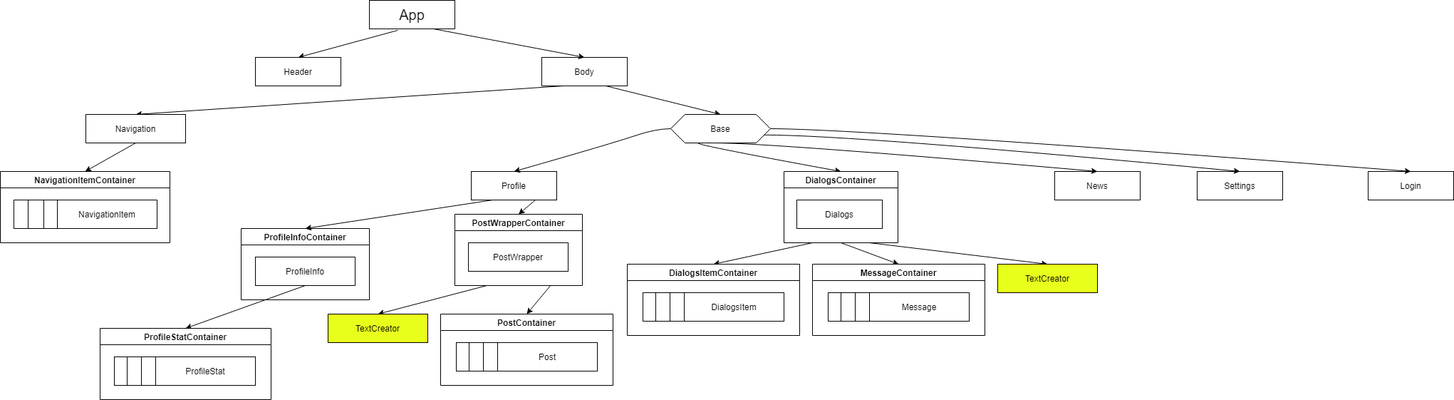
Above: Structure Diadram.png in SailorStat/IT-Social (draw.io), before the change. Source tidied: cells renumbered, new cells last; positions are measured from the earlier drawing's top-left corner, leaving out a move shared by most shapes.
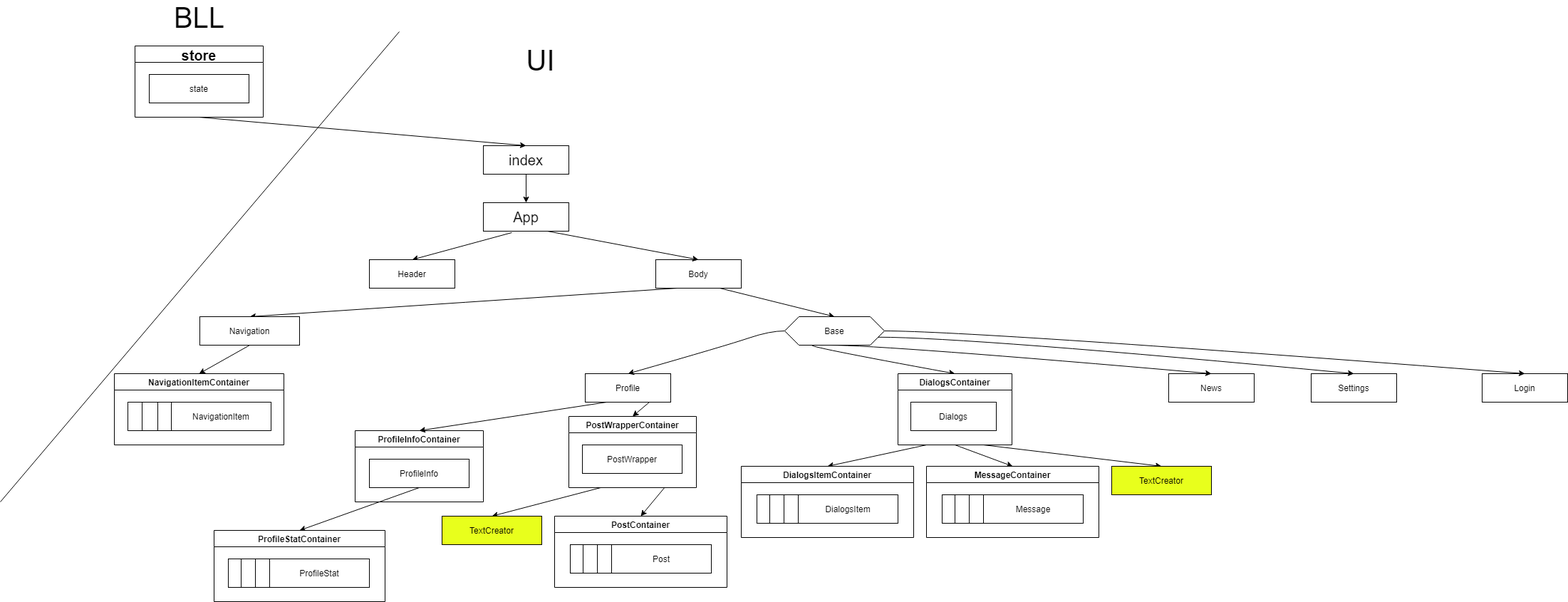
The same file after the commit.

The edit, as a diff of the source:
```diff
@@ -205,5 +205,32 @@
     <mxCell id="61" value="PostWrapper" style="rounded=0;whiteSpace=wrap;html=1;" parent="60" vertex="1">
       <mxGeometry x="19" y="40" width="140" height="40" as="geometry" />
     </mxCell>
+    <mxCell id="62" value="&lt;font style=&quot;font-size: 40px&quot;&gt;UI&lt;/font&gt;" style="text;html=1;align=center;verticalAlign=middle;strokeColor=none;" parent="1" vertex="1">
+      <mxGeometry x="558" y="-220" width="80" height="40" as="geometry" />
+    </mxCell>
+    <mxCell id="63" style="endArrow=none;html=1;" parent="1" edge="1">
+      <mxGeometry relative="1" as="geometry">
+        <mxPoint x="-160" y="420" as="sourcePoint" />
+        <mxPoint x="400" y="-240" as="targetPoint" />
+      </mxGeometry>
+    </mxCell>
+    <mxCell id="64" value="&lt;font style=&quot;font-size: 40px&quot;&gt;BLL&lt;/font&gt;" style="text;html=1;align=center;verticalAlign=middle;strokeColor=none;" parent="1" vertex="1">
+      <mxGeometry x="69" y="-280" width="100" height="40" as="geometry" />
+    </mxCell>
+    <mxCell id="65" value="&lt;span style=&quot;font-size: 20px&quot;&gt;index&lt;/span&gt;" style="rounded=0;whiteSpace=wrap;html=1;" parent="1" vertex="1">
+      <mxGeometry x="518" y="-80" width="120" height="40" as="geometry" />
+    </mxCell>
+    <mxCell id="66" style="endArrow=classic;html=1;exitX=0.5;exitY=1;exitDx=0;exitDy=0;" parent="1" edge="1" source="65" target="2">
+      <mxGeometry relative="1" as="geometry" />
+    </mxCell>
+    <mxCell id="67" value="store" style="swimlane;fontSize=20;" parent="1" vertex="1">
+      <mxGeometry x="29" y="-220" width="180" height="100" as="geometry" />
+    </mxCell>
+    <mxCell id="68" value="state" style="rounded=0;whiteSpace=wrap;html=1;" parent="67" vertex="1">
+      <mxGeometry x="20" y="40" width="140" height="40" as="geometry" />
+    </mxCell>
+    <mxCell id="69" style="endArrow=classic;html=1;fontSize=20;exitX=0.5;exitY=1;exitDx=0;exitDy=0;entryX=0.5;entryY=0;entryDx=0;entryDy=0;" parent="1" edge="1" source="67" target="65">
+      <mxGeometry relative="1" as="geometry" />
+    </mxCell>
   </root>
 </mxGraphModel>
```
